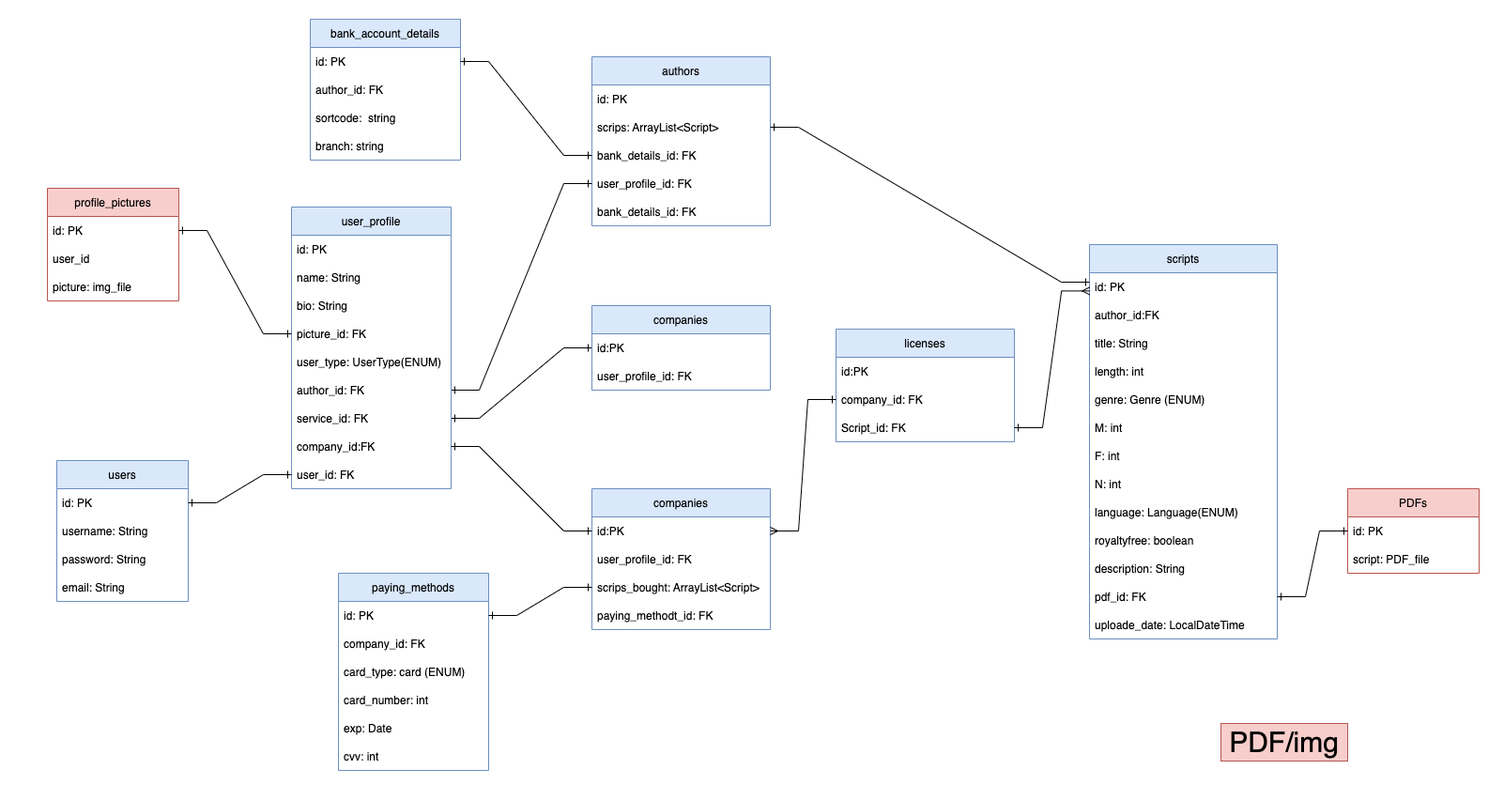
This is planning/db_diagram.png from StBinando/QUILL, a draw.io export, as it was before one commit. Source tidied: cells renumbered, new cells last; positions are measured from the earlier drawing's top-left corner, leaving out a move shared by most shapes.
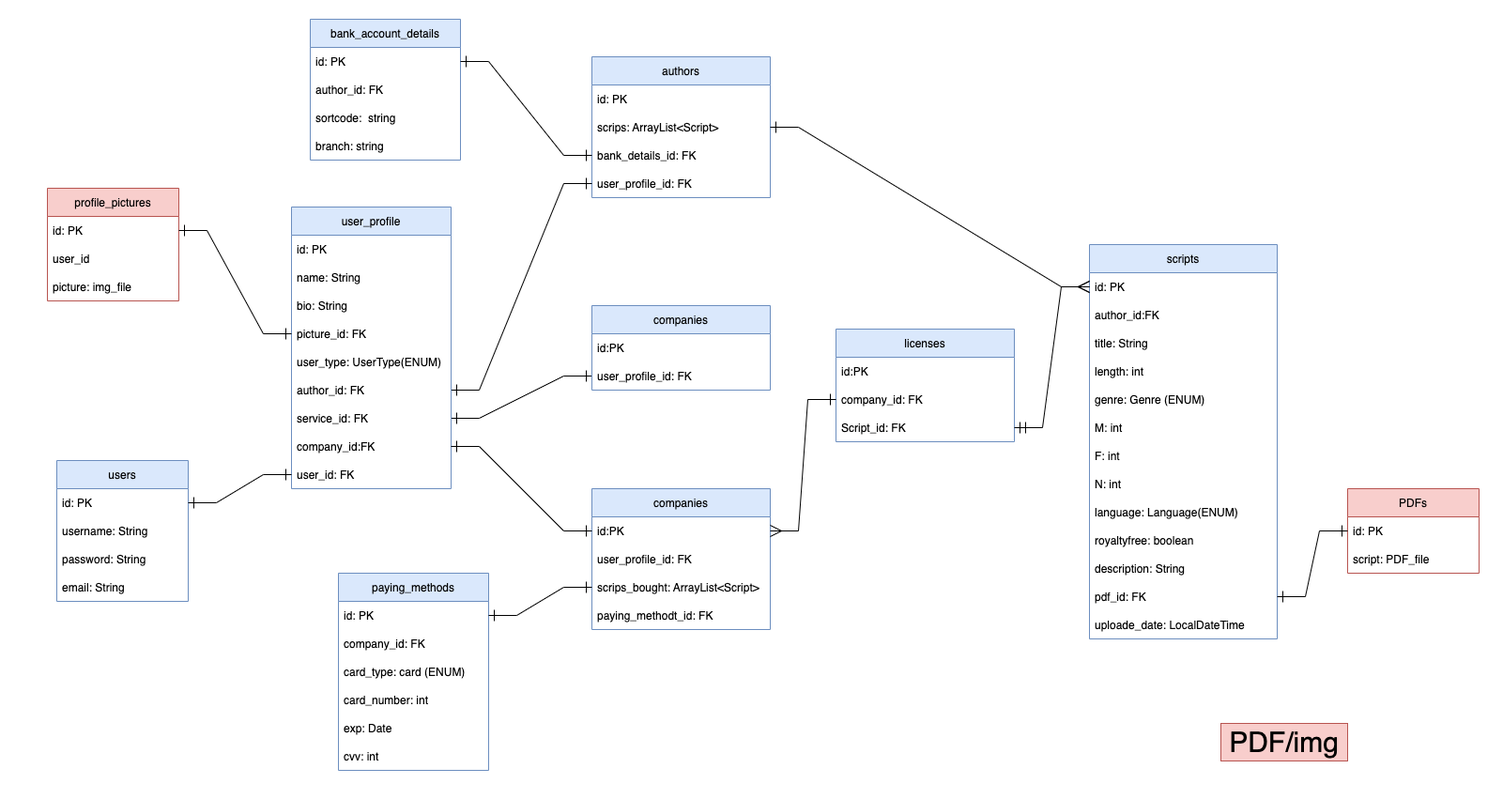
Above is the later version.

The edit, as a diff of the source:
```diff
@@ -48,7 +48,7 @@
       <mxGeometry y="390" width="200" height="30" as="geometry" />
     </mxCell>
     <mxCell id="17" value="authors" style="swimlane;fontStyle=0;horizontal=1;startSize=30;fillColor=#dae8fc;strokeColor=#6c8ebf;" parent="1" vertex="1">
-      <mxGeometry x="630" y="60" width="190" height="180" as="geometry" />
+      <mxGeometry x="630" y="60" width="190" height="150" as="geometry" />
     </mxCell>
     <mxCell id="18" value="id: PK" style="text;strokeColor=none;fillColor=none;align=left;verticalAlign=middle;spacingLeft=4;spacingRight=4;overflow=hidden;" parent="17" vertex="1">
       <mxGeometry y="30" width="190" height="30" as="geometry" />
@@ -62,9 +62,6 @@
     <mxCell id="21" value="user_profile_id: FK" style="text;strokeColor=none;fillColor=none;align=left;verticalAlign=middle;spacingLeft=4;spacingRight=4;overflow=hidden;points=[[0,0.5],[1,0.5]];portConstraint=eastwest;" parent="17" vertex="1">
       <mxGeometry y="120" width="190" height="30" as="geometry" />
     </mxCell>
-    <mxCell id="22" value="bank_details_id: FK" style="text;strokeColor=none;fillColor=none;align=left;verticalAlign=middle;spacingLeft=4;spacingRight=4;overflow=hidden;" parent="17" vertex="1">
-      <mxGeometry y="150" width="190" height="30" as="geometry" />
-    </mxCell>
     <mxCell id="23" value="bank_account_details" style="swimlane;fontStyle=0;horizontal=1;startSize=30;fillColor=#dae8fc;strokeColor=#6c8ebf;" parent="1" vertex="1">
       <mxGeometry x="330" y="20" width="160" height="150" as="geometry" />
     </mxCell>
@@ -140,13 +137,13 @@
     <mxCell id="47" value="paying_methodt_id: FK" style="text;strokeColor=none;fillColor=none;align=left;verticalAlign=middle;spacingLeft=4;spacingRight=4;overflow=hidden;" parent="43" vertex="1">
       <mxGeometry y="120" width="190" height="30" as="geometry" />
     </mxCell>
-    <mxCell id="48" style="edgeStyle=entityRelationEdgeStyle;rounded=0;jettySize=auto;html=1;exitX=1;exitY=0.5;exitDx=0;exitDy=0;entryX=0;entryY=0.333;entryDx=0;entryDy=0;endArrow=ERone;endFill=0;startArrow=ERone;startFill=0;entryPerimeter=0;" parent="1" edge="1" source="19" target="4">
+    <mxCell id="48" style="edgeStyle=entityRelationEdgeStyle;rounded=0;jettySize=auto;html=1;exitX=1;exitY=0.5;exitDx=0;exitDy=0;entryX=0;entryY=0.5;entryDx=0;entryDy=0;endArrow=ERmany;endFill=0;startArrow=ERone;startFill=0;endSize=10;startSize=10;" parent="1" edge="1" source="19" target="4">
       <mxGeometry relative="1" as="geometry" />
     </mxCell>
-    <mxCell id="49" style="edgeStyle=entityRelationEdgeStyle;rounded=0;jettySize=auto;html=1;startArrow=ERone;startFill=0;endArrow=ERone;endFill=0;entryX=0;entryY=0.5;entryDx=0;entryDy=0;" parent="1" edge="1" source="15" target="29">
+    <mxCell id="49" style="edgeStyle=entityRelationEdgeStyle;rounded=0;jettySize=auto;html=1;startArrow=ERone;startFill=0;endArrow=ERone;endFill=0;entryX=0;entryY=0.5;entryDx=0;entryDy=0;endSize=10;startSize=10;" parent="1" edge="1" source="15" target="29">
       <mxGeometry relative="1" as="geometry" />
     </mxCell>
-    <mxCell id="50" style="edgeStyle=entityRelationEdgeStyle;rounded=0;jettySize=auto;html=1;exitX=0;exitY=0.5;exitDx=0;exitDy=0;startArrow=ERone;startFill=0;endArrow=ERone;endFill=0;" parent="1" edge="1" source="46" target="33">
+    <mxCell id="50" style="edgeStyle=entityRelationEdgeStyle;rounded=0;jettySize=auto;html=1;exitX=0;exitY=0.5;exitDx=0;exitDy=0;startArrow=ERone;startFill=0;endArrow=ERone;endFill=0;endSize=10;startSize=10;" parent="1" edge="1" source="46" target="33">
       <mxGeometry relative="1" as="geometry" />
     </mxCell>
     <mxCell id="51" value="users" style="swimlane;fontStyle=0;horizontal=1;startSize=30;fillColor=#dae8fc;strokeColor=#6c8ebf;" parent="1" vertex="1">
@@ -164,10 +161,10 @@
     <mxCell id="55" value="email: String" style="text;strokeColor=none;fillColor=none;align=left;verticalAlign=middle;spacingLeft=4;spacingRight=4;overflow=hidden;" parent="51" vertex="1">
       <mxGeometry y="120" width="140" height="30" as="geometry" />
     </mxCell>
-    <mxCell id="56" style="edgeStyle=entityRelationEdgeStyle;rounded=0;jettySize=auto;html=1;exitX=0;exitY=0.5;exitDx=0;exitDy=0;entryX=1;entryY=0.5;entryDx=0;entryDy=0;startArrow=ERone;startFill=0;endArrow=ERone;endFill=0;" parent="1" edge="1" source="20" target="24">
+    <mxCell id="56" style="edgeStyle=entityRelationEdgeStyle;rounded=0;jettySize=auto;html=1;exitX=0;exitY=0.5;exitDx=0;exitDy=0;entryX=1;entryY=0.5;entryDx=0;entryDy=0;startArrow=ERone;startFill=0;endArrow=ERone;endFill=0;endSize=10;startSize=10;" parent="1" edge="1" source="20" target="24">
       <mxGeometry relative="1" as="geometry" />
     </mxCell>
-    <mxCell id="57" style="edgeStyle=entityRelationEdgeStyle;rounded=0;jettySize=auto;html=1;exitX=1;exitY=0.5;exitDx=0;exitDy=0;startArrow=ERone;startFill=0;endArrow=ERone;endFill=0;strokeWidth=1;entryX=0;entryY=0.5;entryDx=0;entryDy=0;" parent="1" edge="1" source="69" target="59">
+    <mxCell id="57" style="edgeStyle=entityRelationEdgeStyle;rounded=0;jettySize=auto;html=1;exitX=1;exitY=0.5;exitDx=0;exitDy=0;startArrow=ERone;startFill=0;endArrow=ERone;endFill=0;strokeWidth=1;entryX=0;entryY=0.5;entryDx=0;entryDy=0;endSize=10;startSize=10;" parent="1" edge="1" source="69" target="60">
       <mxGeometry relative="1" as="geometry" />
     </mxCell>
     <mxCell id="58" value="companies" style="swimlane;fontStyle=0;horizontal=1;startSize=30;fillColor=#dae8fc;strokeColor=#6c8ebf;" parent="1" vertex="1">
@@ -179,7 +176,7 @@
     <mxCell id="60" value="user_profile_id: FK" style="text;strokeColor=none;fillColor=none;align=left;verticalAlign=middle;spacingLeft=4;spacingRight=4;overflow=hidden;points=[[0,0.5],[1,0.5]];portConstraint=eastwest;" parent="58" vertex="1">
       <mxGeometry y="60" width="190" height="30" as="geometry" />
     </mxCell>
-    <mxCell id="61" style="edgeStyle=entityRelationEdgeStyle;rounded=0;jettySize=auto;html=1;exitX=1;exitY=0.5;exitDx=0;exitDy=0;entryX=0;entryY=0.5;entryDx=0;entryDy=0;startArrow=ERone;startFill=0;endArrow=ERone;endFill=0;strokeWidth=1;" parent="1" edge="1" source="68" target="21">
+    <mxCell id="61" style="edgeStyle=entityRelationEdgeStyle;rounded=0;jettySize=auto;html=1;exitX=1;exitY=0.5;exitDx=0;exitDy=0;entryX=0;entryY=0.5;entryDx=0;entryDy=0;startArrow=ERone;startFill=0;endArrow=ERone;endFill=0;strokeWidth=1;endSize=10;startSize=10;" parent="1" edge="1" source="68" target="21">
       <mxGeometry relative="1" as="geometry" />
     </mxCell>
     <mxCell id="62" value="user_profile" style="swimlane;fontStyle=0;horizontal=1;startSize=30;fillColor=#dae8fc;strokeColor=#6c8ebf;" parent="1" vertex="1">
@@ -212,13 +209,13 @@
     <mxCell id="71" value="user_id: FK" style="text;strokeColor=none;fillColor=none;align=left;verticalAlign=middle;spacingLeft=4;spacingRight=4;overflow=hidden;points=[[0,0.5],[1,0.5]];portConstraint=eastwest;" parent="62" vertex="1">
       <mxGeometry y="270" width="170" height="30" as="geometry" />
     </mxCell>
-    <mxCell id="72" style="edgeStyle=entityRelationEdgeStyle;rounded=0;jettySize=auto;html=1;exitX=1;exitY=0.5;exitDx=0;exitDy=0;entryX=0;entryY=0.5;entryDx=0;entryDy=0;startArrow=ERone;startFill=0;endArrow=ERone;endFill=0;strokeWidth=1;" parent="1" edge="1" source="70" target="44">
+    <mxCell id="72" style="edgeStyle=entityRelationEdgeStyle;rounded=0;jettySize=auto;html=1;exitX=1;exitY=0.5;exitDx=0;exitDy=0;entryX=0;entryY=0.5;entryDx=0;entryDy=0;startArrow=ERone;startFill=0;endArrow=ERone;endFill=0;strokeWidth=1;endSize=10;startSize=10;" parent="1" edge="1" source="70" target="44">
       <mxGeometry relative="1" as="geometry" />
     </mxCell>
-    <mxCell id="73" style="edgeStyle=entityRelationEdgeStyle;rounded=0;jettySize=auto;html=1;exitX=1;exitY=0.5;exitDx=0;exitDy=0;entryX=0;entryY=0.5;entryDx=0;entryDy=0;startArrow=ERone;startFill=0;endArrow=ERone;endFill=0;strokeWidth=1;" parent="1" edge="1" source="52" target="71">
+    <mxCell id="73" style="edgeStyle=entityRelationEdgeStyle;rounded=0;jettySize=auto;html=1;exitX=1;exitY=0.5;exitDx=0;exitDy=0;entryX=0;entryY=0.5;entryDx=0;entryDy=0;startArrow=ERone;startFill=0;endArrow=ERone;endFill=0;strokeWidth=1;endSize=10;startSize=10;" parent="1" edge="1" source="52" target="71">
       <mxGeometry relative="1" as="geometry" />
     </mxCell>
-    <mxCell id="74" style="edgeStyle=entityRelationEdgeStyle;rounded=0;jettySize=auto;html=1;exitX=0;exitY=0.5;exitDx=0;exitDy=0;entryX=1;entryY=0.5;entryDx=0;entryDy=0;startArrow=ERone;startFill=0;endArrow=ERone;endFill=0;strokeWidth=1;" parent="1" edge="1" source="66" target="40">
+    <mxCell id="74" style="edgeStyle=entityRelationEdgeStyle;rounded=0;jettySize=auto;html=1;exitX=0;exitY=0.5;exitDx=0;exitDy=0;entryX=1;entryY=0.5;entryDx=0;entryDy=0;startArrow=ERone;startFill=0;endArrow=ERone;endFill=0;strokeWidth=1;endSize=10;startSize=10;" parent="1" edge="1" source="66" target="40">
       <mxGeometry relative="1" as="geometry" />
     </mxCell>
     <mxCell id="75" value="licenses" style="swimlane;fontStyle=0;horizontal=1;startSize=30;fillColor=#dae8fc;strokeColor=#6c8ebf;" parent="1" vertex="1">
@@ -233,10 +230,10 @@
     <mxCell id="78" value="Script_id: FK" style="text;strokeColor=none;fillColor=none;align=left;verticalAlign=middle;spacingLeft=4;spacingRight=4;overflow=hidden;points=[[0,0.5],[1,0.5]];portConstraint=eastwest;" parent="75" vertex="1">
       <mxGeometry y="90" width="190" height="30" as="geometry" />
     </mxCell>
-    <mxCell id="79" style="edgeStyle=entityRelationEdgeStyle;rounded=0;jettySize=auto;html=1;exitX=0;exitY=0.5;exitDx=0;exitDy=0;entryX=1;entryY=0.5;entryDx=0;entryDy=0;startArrow=ERone;startFill=0;endArrow=ERmany;endFill=0;strokeWidth=1;" parent="1" edge="1" source="77" target="44">
+    <mxCell id="79" style="edgeStyle=entityRelationEdgeStyle;rounded=0;jettySize=auto;html=1;exitX=0;exitY=0.5;exitDx=0;exitDy=0;entryX=1;entryY=0.5;entryDx=0;entryDy=0;startArrow=ERone;startFill=0;endArrow=ERmany;endFill=0;strokeWidth=1;endSize=10;startSize=10;" parent="1" edge="1" source="77" target="44">
       <mxGeometry relative="1" as="geometry" />
     </mxCell>
-    <mxCell id="80" style="edgeStyle=entityRelationEdgeStyle;rounded=0;jettySize=auto;html=1;exitX=1;exitY=0.5;exitDx=0;exitDy=0;entryX=0.001;entryY=0.646;entryDx=0;entryDy=0;startArrow=ERone;startFill=0;endArrow=ERmany;endFill=0;strokeWidth=1;entryPerimeter=0;" parent="1" edge="1" source="78" target="4">
+    <mxCell id="80" style="edgeStyle=entityRelationEdgeStyle;rounded=0;jettySize=auto;html=1;exitX=1;exitY=0.5;exitDx=0;exitDy=0;entryX=0;entryY=0.5;entryDx=0;entryDy=0;startArrow=ERmandOne;startFill=0;endArrow=ERmany;endFill=0;strokeWidth=1;endSize=10;startSize=10;" parent="1" edge="1" source="78" target="4">
       <mxGeometry relative="1" as="geometry" />
     </mxCell>
   </root>
```
